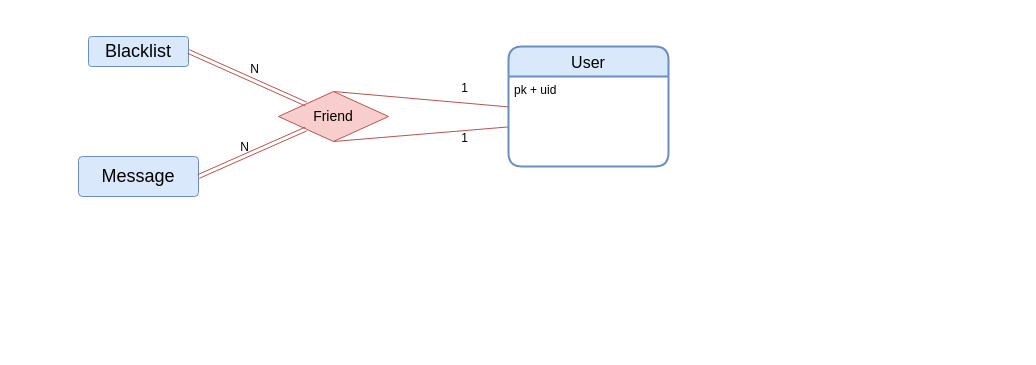
Nahemah1022/simple-social-media keeps this draw.io diagram as page "ER Model" (1 of 2) of ainimal.drawio. Above is the earlier version. Source tidied: cells renumbered, new cells numbered last; positions are measured from the earlier drawing's top-left corner, leaving out a move shared by most shapes. Both pictures are drawn from the tidied source at 100%, with x=0, y=0 at pixel (78, 36).
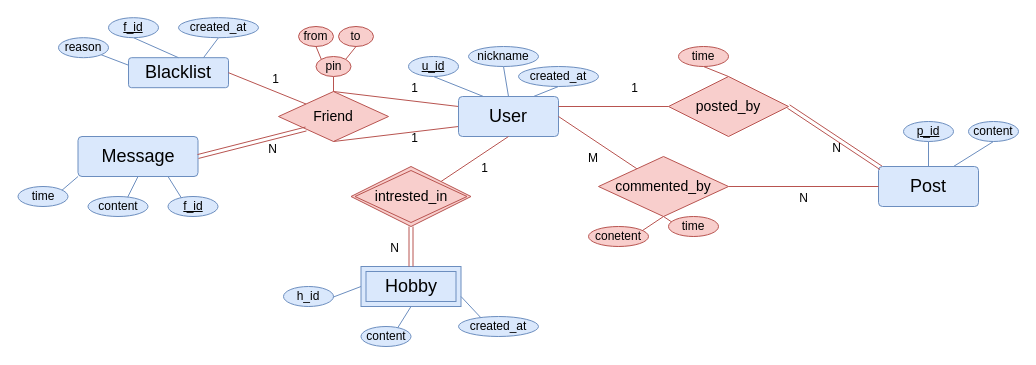
The same diagram, later.

The change refers to these unchanged cells:
```xml
<mxCell id="2" value="&lt;font style=&quot;font-size: 14px&quot;&gt;Friend&lt;/font&gt;" style="shape=rhombus;perimeter=rhombusPerimeter;whiteSpace=wrap;html=1;align=center;fillColor=#f8cecc;strokeColor=#b85450;" parent="1" vertex="1">
  <mxGeometry x="200" y="55" width="110" height="50" as="geometry" />
</mxCell>
<mxCell id="8" style="shape=link;html=1;rounded=0;exitX=1;exitY=0.5;exitDx=0;exitDy=0;entryX=0;entryY=1;entryDx=0;entryDy=0;fillColor=#f8cecc;strokeColor=#b85450;" parent="1" edge="1" source="7" target="2">
  <mxGeometry relative="1" as="geometry" />
</mxCell>
```

Change to the diagram source:
```diff
@@
-    <mxCell id="3" style="endArrow=none;html=1;rounded=0;entryX=0.001;entryY=0.338;entryDx=0;entryDy=0;exitX=0.5;exitY=0;exitDx=0;exitDy=0;fillColor=#f8cecc;strokeColor=#b85450;entryPerimeter=0;" parent="1" edge="1" source="2" target="14">
+    <mxCell id="3" style="endArrow=none;html=1;rounded=0;entryX=0;entryY=0.25;entryDx=0;entryDy=0;exitX=0.5;exitY=0;exitDx=0;exitDy=0;fillColor=#f8cecc;strokeColor=#b85450;" parent="1" edge="1" source="2" target="13">
       <mxGeometry relative="1" as="geometry" />
     </mxCell>
@@
-    <mxCell id="5" style="endArrow=none;html=1;rounded=0;entryX=0.001;entryY=0.56;entryDx=0;entryDy=0;exitX=0.5;exitY=1;exitDx=0;exitDy=0;fillColor=#f8cecc;strokeColor=#b85450;entryPerimeter=0;" parent="1" edge="1" source="2" target="14">
+    <mxCell id="5" style="endArrow=none;html=1;rounded=0;entryX=0;entryY=0.75;entryDx=0;entryDy=0;exitX=0.5;exitY=1;exitDx=0;exitDy=0;fillColor=#f8cecc;strokeColor=#b85450;" parent="1" edge="1" source="2" target="13">
       <mxGeometry relative="1" as="geometry" />
     </mxCell>
@@
     <mxCell id="7" value="&lt;font style=&quot;font-size: 18px&quot;&gt;Message&lt;/font&gt;" style="rounded=1;arcSize=10;whiteSpace=wrap;html=1;align=center;fillColor=#dae8fc;strokeColor=#6c8ebf;" parent="1" vertex="1">
-      <mxGeometry y="120" width="120" height="40" as="geometry" />
+      <mxGeometry x="-0.5" y="100" width="120" height="40" as="geometry" />
     </mxCell>
@@
     <mxCell id="9" value="N" style="html=1;align=right;verticalAlign=bottom;" parent="8" vertex="1">
       <mxGeometry x="1" relative="1" as="geometry">
-        <mxPoint x="-57" y="27" as="offset" />
+        <mxPoint x="-28" y="28" as="offset" />
       </mxGeometry>
     </mxCell>
     <mxCell id="10" value="&lt;font style=&quot;font-size: 18px&quot;&gt;Blacklist&lt;/font&gt;" style="rounded=1;arcSize=10;whiteSpace=wrap;html=1;align=center;fillColor=#dae8fc;strokeColor=#6c8ebf;" parent="1" vertex="1">
-      <mxGeometry x="10" width="100" height="30" as="geometry" />
+      <mxGeometry x="50" y="21.2" width="100" height="30" as="geometry" />
     </mxCell>
-    <mxCell id="11" style="shape=link;html=1;rounded=0;exitX=1;exitY=0.5;exitDx=0;exitDy=0;entryX=0;entryY=0;entryDx=0;entryDy=0;fillColor=#f8cecc;strokeColor=#b85450;" parent="1" edge="1" source="10" target="2">
+    <mxCell id="11" style="endArrow=none;html=1;rounded=0;entryX=0;entryY=0;entryDx=0;entryDy=0;exitX=1;exitY=0.5;exitDx=0;exitDy=0;fillColor=#f8cecc;strokeColor=#b85450;" parent="1" edge="1" source="10" target="2">
       <mxGeometry relative="1" as="geometry" />
     </mxCell>
-    <mxCell id="12" value="N" style="html=1;align=right;verticalAlign=bottom;" parent="11" vertex="1">
-      <mxGeometry x="1" relative="1" as="geometry">
-        <mxPoint x="-47" y="-27" as="offset" />
-      </mxGeometry>
-    </mxCell>
+    <mxCell id="15" value="1" style="html=1;align=right;verticalAlign=bottom;" parent="11" vertex="1">
+      <mxGeometry x="1" relative="1" as="geometry">
+        <mxPoint x="-27" y="-17" as="offset" />
+      </mxGeometry>
+    </mxCell>
-    <mxCell id="13" value="User" style="swimlane;horizontal=1;startSize=30;rounded=1;fontSize=16;fontStyle=0;strokeWidth=2;shadow=0;dashed=0;align=center;fillColor=#dae8fc;strokeColor=#6c8ebf;" parent="1" vertex="1">
-      <mxGeometry x="430" y="10" width="160" height="120" as="geometry" />
+    <mxCell id="13" value="&lt;font style=&quot;font-size: 18px&quot;&gt;User&lt;/font&gt;" style="rounded=1;arcSize=10;whiteSpace=wrap;html=1;align=center;fillColor=#dae8fc;strokeColor=#6c8ebf;" parent="1" vertex="1">
+      <mxGeometry x="380" y="60" width="100" height="40" as="geometry" />
     </mxCell>
-    <mxCell id="14" value="pk + uid" style="align=left;strokeColor=none;fillColor=none;spacingLeft=4;fontSize=12;verticalAlign=top;" parent="13" vertex="1">
-      <mxGeometry y="30" width="160" height="90" as="geometry" />
-    </mxCell>
+    <mxCell id="16" style="endArrow=none;html=1;rounded=0;entryX=0.25;entryY=0;entryDx=0;entryDy=0;fillColor=#dae8fc;strokeColor=#6c8ebf;exitX=0.5;exitY=1;exitDx=0;exitDy=0;" parent="1" edge="1" source="17" target="13">
+      <mxGeometry relative="1" as="geometry" />
+    </mxCell>
+    <mxCell id="17" value="&lt;u&gt;u_id&lt;/u&gt;" style="ellipse;whiteSpace=wrap;html=1;fillColor=#dae8fc;strokeColor=#6c8ebf;" parent="1" vertex="1">
+      <mxGeometry x="330" y="20" width="50" height="20" as="geometry" />
+    </mxCell>
+    <mxCell id="18" style="endArrow=none;html=1;rounded=0;entryX=0.5;entryY=0;entryDx=0;entryDy=0;fillColor=#dae8fc;strokeColor=#6c8ebf;exitX=0.5;exitY=1;exitDx=0;exitDy=0;" parent="1" edge="1" source="19" target="13">
+      <mxGeometry relative="1" as="geometry" />
+    </mxCell>
+    <mxCell id="19" value="nickname" style="ellipse;whiteSpace=wrap;html=1;fillColor=#dae8fc;strokeColor=#6c8ebf;" parent="1" vertex="1">
+      <mxGeometry x="390" y="10" width="70" height="20" as="geometry" />
+    </mxCell>
+    <mxCell id="20" style="endArrow=none;html=1;rounded=0;entryX=0.75;entryY=0;entryDx=0;entryDy=0;fillColor=#dae8fc;strokeColor=#6c8ebf;exitX=0.5;exitY=1;exitDx=0;exitDy=0;" parent="1" edge="1" source="21" target="13">
+      <mxGeometry relative="1" as="geometry" />
+    </mxCell>
+    <mxCell id="21" value="created_at" style="ellipse;whiteSpace=wrap;html=1;fillColor=#dae8fc;strokeColor=#6c8ebf;" parent="1" vertex="1">
+      <mxGeometry x="440" y="30" width="80" height="20" as="geometry" />
+    </mxCell>
+    <mxCell id="22" style="endArrow=none;html=1;rounded=0;entryX=0.5;entryY=0;entryDx=0;entryDy=0;fillColor=#f8cecc;strokeColor=#b85450;exitX=0.5;exitY=1;exitDx=0;exitDy=0;" parent="1" edge="1" source="23" target="2">
+      <mxGeometry relative="1" as="geometry" />
+    </mxCell>
+    <mxCell id="23" value="pin" style="ellipse;whiteSpace=wrap;html=1;fillColor=#f8cecc;strokeColor=#b85450;" parent="1" vertex="1">
+      <mxGeometry x="237.5" y="20" width="35" height="20" as="geometry" />
+    </mxCell>
+    <mxCell id="24" style="endArrow=none;html=1;rounded=0;entryX=0;entryY=0;entryDx=0;entryDy=0;fillColor=#f8cecc;strokeColor=#b85450;exitX=0.5;exitY=1;exitDx=0;exitDy=0;" parent="1" edge="1" source="25" target="23">
+      <mxGeometry relative="1" as="geometry" />
+    </mxCell>
+    <mxCell id="25" value="from" style="ellipse;whiteSpace=wrap;html=1;fillColor=#f8cecc;strokeColor=#b85450;" parent="1" vertex="1">
+      <mxGeometry x="220" y="-10" width="35" height="20" as="geometry" />
+    </mxCell>
+    <mxCell id="26" style="endArrow=none;html=1;rounded=0;entryX=1;entryY=0;entryDx=0;entryDy=0;fillColor=#f8cecc;strokeColor=#b85450;exitX=0.5;exitY=1;exitDx=0;exitDy=0;" parent="1" edge="1" source="27" target="23">
+      <mxGeometry relative="1" as="geometry" />
+    </mxCell>
+    <mxCell id="27" value="to" style="ellipse;whiteSpace=wrap;html=1;fillColor=#f8cecc;strokeColor=#b85450;" parent="1" vertex="1">
+      <mxGeometry x="260" y="-10" width="35" height="20" as="geometry" />
+    </mxCell>
+    <mxCell id="28" style="endArrow=none;html=1;rounded=0;entryX=0.75;entryY=0;entryDx=0;entryDy=0;fillColor=#dae8fc;strokeColor=#6c8ebf;exitX=0.5;exitY=1;exitDx=0;exitDy=0;" parent="1" edge="1" source="29" target="10">
+      <mxGeometry relative="1" as="geometry" />
+    </mxCell>
+    <mxCell id="29" value="created_at" style="ellipse;whiteSpace=wrap;html=1;fillColor=#dae8fc;strokeColor=#6c8ebf;" parent="1" vertex="1">
+      <mxGeometry x="100" y="-18.8" width="80" height="20" as="geometry" />
+    </mxCell>
+    <mxCell id="30" style="endArrow=none;html=1;rounded=0;entryX=0.5;entryY=0;entryDx=0;entryDy=0;fillColor=#dae8fc;strokeColor=#6c8ebf;exitX=0.5;exitY=1;exitDx=0;exitDy=0;" parent="1" edge="1" source="31" target="10">
+      <mxGeometry relative="1" as="geometry" />
+    </mxCell>
+    <mxCell id="31" value="&lt;u&gt;f_id&lt;/u&gt;" style="ellipse;whiteSpace=wrap;html=1;fillColor=#dae8fc;strokeColor=#6c8ebf;" parent="1" vertex="1">
+      <mxGeometry x="30" y="-18.8" width="50" height="20" as="geometry" />
+    </mxCell>
+    <mxCell id="32" style="endArrow=none;html=1;rounded=0;entryX=0;entryY=0.25;entryDx=0;entryDy=0;fillColor=#dae8fc;strokeColor=#6c8ebf;exitX=1;exitY=1;exitDx=0;exitDy=0;" parent="1" edge="1" source="33" target="10">
+      <mxGeometry relative="1" as="geometry" />
+    </mxCell>
+    <mxCell id="33" value="reason" style="ellipse;whiteSpace=wrap;html=1;fillColor=#dae8fc;strokeColor=#6c8ebf;" parent="1" vertex="1">
+      <mxGeometry x="-20" y="1.2" width="50" height="20" as="geometry" />
+    </mxCell>
+    <mxCell id="34" style="endArrow=none;html=1;rounded=0;entryX=0.75;entryY=1;entryDx=0;entryDy=0;fillColor=#dae8fc;strokeColor=#6c8ebf;exitX=0.5;exitY=1;exitDx=0;exitDy=0;" parent="1" edge="1" source="35" target="7">
+      <mxGeometry relative="1" as="geometry" />
+    </mxCell>
+    <mxCell id="35" value="&lt;u&gt;f_id&lt;/u&gt;" style="ellipse;whiteSpace=wrap;html=1;fillColor=#dae8fc;strokeColor=#6c8ebf;" parent="1" vertex="1">
+      <mxGeometry x="89.5" y="160" width="50" height="20" as="geometry" />
+    </mxCell>
+    <mxCell id="36" style="endArrow=none;html=1;rounded=0;entryX=0.5;entryY=1;entryDx=0;entryDy=0;fillColor=#dae8fc;strokeColor=#6c8ebf;exitX=0.5;exitY=1;exitDx=0;exitDy=0;" parent="1" edge="1" source="37" target="7">
+      <mxGeometry relative="1" as="geometry" />
+    </mxCell>
+    <mxCell id="37" value="content" style="ellipse;whiteSpace=wrap;html=1;fillColor=#dae8fc;strokeColor=#6c8ebf;" parent="1" vertex="1">
+      <mxGeometry x="9.5" y="160" width="60" height="20" as="geometry" />
+    </mxCell>
+    <mxCell id="38" style="endArrow=none;html=1;rounded=0;entryX=0;entryY=1;entryDx=0;entryDy=0;fillColor=#dae8fc;strokeColor=#6c8ebf;exitX=0.5;exitY=1;exitDx=0;exitDy=0;" parent="1" edge="1" source="39" target="7">
+      <mxGeometry relative="1" as="geometry" />
+    </mxCell>
+    <mxCell id="39" value="time" style="ellipse;whiteSpace=wrap;html=1;fillColor=#dae8fc;strokeColor=#6c8ebf;" parent="1" vertex="1">
+      <mxGeometry x="-60.5" y="150" width="50" height="20" as="geometry" />
+    </mxCell>
+    <mxCell id="40" value="&lt;font style=&quot;font-size: 14px&quot;&gt;posted_by&lt;/font&gt;" style="shape=rhombus;perimeter=rhombusPerimeter;whiteSpace=wrap;html=1;align=center;fillColor=#f8cecc;strokeColor=#b85450;" parent="1" vertex="1">
+      <mxGeometry x="590" y="40" width="120" height="60" as="geometry" />
+    </mxCell>
+    <mxCell id="41" style="endArrow=none;html=1;rounded=0;entryX=0;entryY=0.5;entryDx=0;entryDy=0;exitX=1;exitY=0.25;exitDx=0;exitDy=0;fillColor=#f8cecc;strokeColor=#b85450;" parent="1" edge="1" source="13" target="40">
+      <mxGeometry relative="1" as="geometry" />
+    </mxCell>
+    <mxCell id="42" value="1" style="html=1;align=right;verticalAlign=bottom;" parent="41" vertex="1">
+      <mxGeometry x="1" relative="1" as="geometry">
+        <mxPoint x="-30" y="-10" as="offset" />
+      </mxGeometry>
+    </mxCell>
+    <mxCell id="43" value="&lt;font style=&quot;font-size: 18px&quot;&gt;Post&lt;/font&gt;" style="rounded=1;arcSize=10;whiteSpace=wrap;html=1;align=center;fillColor=#dae8fc;strokeColor=#6c8ebf;" parent="1" vertex="1">
+      <mxGeometry x="800" y="130" width="100" height="40" as="geometry" />
+    </mxCell>
+    <mxCell id="44" style="shape=link;html=1;rounded=0;exitX=1;exitY=0.5;exitDx=0;exitDy=0;entryX=0.025;entryY=0.033;entryDx=0;entryDy=0;fillColor=#f8cecc;strokeColor=#b85450;entryPerimeter=0;" parent="1" edge="1" source="40" target="43">
+      <mxGeometry relative="1" as="geometry" />
+    </mxCell>
+    <mxCell id="45" value="N" style="html=1;align=right;verticalAlign=bottom;" parent="44" vertex="1">
+      <mxGeometry x="1" relative="1" as="geometry">
+        <mxPoint x="-40" y="-11" as="offset" />
+      </mxGeometry>
+    </mxCell>
+    <mxCell id="46" style="endArrow=none;html=1;rounded=0;entryX=0.5;entryY=0;entryDx=0;entryDy=0;fillColor=#f8cecc;strokeColor=#b85450;exitX=0.5;exitY=1;exitDx=0;exitDy=0;" parent="1" edge="1" source="47" target="40">
+      <mxGeometry relative="1" as="geometry" />
+    </mxCell>
+    <mxCell id="47" value="time" style="ellipse;whiteSpace=wrap;html=1;fillColor=#f8cecc;strokeColor=#b85450;" parent="1" vertex="1">
+      <mxGeometry x="600" y="10" width="50" height="20" as="geometry" />
+    </mxCell>
+    <mxCell id="48" value="&lt;span style=&quot;font-size: 14px&quot;&gt;commented_by&lt;/span&gt;" style="shape=rhombus;perimeter=rhombusPerimeter;whiteSpace=wrap;html=1;align=center;fillColor=#f8cecc;strokeColor=#b85450;" parent="1" vertex="1">
+      <mxGeometry x="520" y="120" width="130" height="60" as="geometry" />
+    </mxCell>
+    <mxCell id="49" style="endArrow=none;html=1;rounded=0;exitX=1;exitY=0.5;exitDx=0;exitDy=0;fillColor=#f8cecc;strokeColor=#b85450;" parent="1" edge="1" source="13" target="48">
+      <mxGeometry relative="1" as="geometry" />
+    </mxCell>
+    <mxCell id="50" value="M" style="html=1;align=right;verticalAlign=bottom;" parent="49" vertex="1">
+      <mxGeometry x="1" relative="1" as="geometry">
+        <mxPoint x="-38" y="-2" as="offset" />
+      </mxGeometry>
+    </mxCell>
+    <mxCell id="51" style="endArrow=none;html=1;rounded=0;entryX=0;entryY=0.5;entryDx=0;entryDy=0;exitX=1;exitY=0.5;exitDx=0;exitDy=0;fillColor=#f8cecc;strokeColor=#b85450;" parent="1" edge="1" source="48" target="43">
+      <mxGeometry relative="1" as="geometry" />
+    </mxCell>
+    <mxCell id="52" value="N" style="html=1;align=right;verticalAlign=bottom;" parent="51" vertex="1">
+      <mxGeometry x="1" relative="1" as="geometry">
+        <mxPoint x="-70" y="20" as="offset" />
+      </mxGeometry>
+    </mxCell>
+    <mxCell id="53" style="endArrow=none;html=1;rounded=0;entryX=0.5;entryY=1;entryDx=0;entryDy=0;fillColor=#f8cecc;strokeColor=#b85450;exitX=0.5;exitY=1;exitDx=0;exitDy=0;" parent="1" edge="1" source="54" target="48">
+      <mxGeometry relative="1" as="geometry" />
+    </mxCell>
+    <mxCell id="54" value="conetent" style="ellipse;whiteSpace=wrap;html=1;fillColor=#f8cecc;strokeColor=#b85450;" parent="1" vertex="1">
+      <mxGeometry x="510" y="190" width="60" height="20" as="geometry" />
+    </mxCell>
+    <mxCell id="55" style="endArrow=none;html=1;rounded=0;entryX=0.5;entryY=1;entryDx=0;entryDy=0;fillColor=#f8cecc;strokeColor=#b85450;exitX=0.5;exitY=1;exitDx=0;exitDy=0;" parent="1" edge="1" source="56" target="48">
+      <mxGeometry relative="1" as="geometry" />
+    </mxCell>
+    <mxCell id="56" value="time" style="ellipse;whiteSpace=wrap;html=1;fillColor=#f8cecc;strokeColor=#b85450;" parent="1" vertex="1">
+      <mxGeometry x="590" y="180" width="50" height="20" as="geometry" />
+    </mxCell>
+    <mxCell id="57" style="endArrow=none;html=1;rounded=0;entryX=0.5;entryY=0;entryDx=0;entryDy=0;fillColor=#dae8fc;strokeColor=#6c8ebf;exitX=0.5;exitY=1;exitDx=0;exitDy=0;" parent="1" edge="1" source="58" target="43">
+      <mxGeometry relative="1" as="geometry" />
+    </mxCell>
+    <mxCell id="58" value="&lt;u&gt;p_id&lt;/u&gt;" style="ellipse;whiteSpace=wrap;html=1;fillColor=#dae8fc;strokeColor=#6c8ebf;" parent="1" vertex="1">
+      <mxGeometry x="825" y="85" width="50" height="20" as="geometry" />
+    </mxCell>
+    <mxCell id="59" style="endArrow=none;html=1;rounded=0;entryX=0.75;entryY=0;entryDx=0;entryDy=0;fillColor=#dae8fc;strokeColor=#6c8ebf;exitX=0.5;exitY=1;exitDx=0;exitDy=0;" parent="1" edge="1" source="60" target="43">
+      <mxGeometry relative="1" as="geometry" />
+    </mxCell>
+    <mxCell id="60" value="content" style="ellipse;whiteSpace=wrap;html=1;fillColor=#dae8fc;strokeColor=#6c8ebf;" parent="1" vertex="1">
+      <mxGeometry x="890" y="85" width="50" height="20" as="geometry" />
+    </mxCell>
+    <mxCell id="61" style="endArrow=none;html=1;rounded=0;entryX=0.5;entryY=1;entryDx=0;entryDy=0;exitX=1;exitY=0;exitDx=0;exitDy=0;fillColor=#f8cecc;strokeColor=#b85450;" parent="1" edge="1" source="64" target="13">
+      <mxGeometry relative="1" as="geometry" />
+    </mxCell>
+    <mxCell id="62" value="1" style="html=1;align=right;verticalAlign=bottom;" parent="61" vertex="1">
+      <mxGeometry x="1" relative="1" as="geometry">
+        <mxPoint x="-20" y="40" as="offset" />
+      </mxGeometry>
+    </mxCell>
+    <mxCell id="63" value="&lt;font style=&quot;font-size: 18px&quot;&gt;Hobby&lt;/font&gt;" style="shape=ext;margin=3;double=1;whiteSpace=wrap;html=1;align=center;fillColor=#dae8fc;strokeColor=#6c8ebf;" parent="1" vertex="1">
+      <mxGeometry x="282.5" y="230" width="100" height="40" as="geometry" />
+    </mxCell>
+    <mxCell id="64" value="&lt;font style=&quot;font-size: 14px&quot;&gt;intrested_in&lt;/font&gt;" style="shape=rhombus;double=1;perimeter=rhombusPerimeter;whiteSpace=wrap;html=1;align=center;fillColor=#f8cecc;strokeColor=#b85450;" parent="1" vertex="1">
+      <mxGeometry x="272.5" y="130" width="120" height="60" as="geometry" />
+    </mxCell>
+    <mxCell id="65" style="shape=link;html=1;rounded=0;exitX=0.5;exitY=0;exitDx=0;exitDy=0;entryX=0.5;entryY=1;entryDx=0;entryDy=0;fillColor=#f8cecc;strokeColor=#b85450;" parent="1" edge="1" source="63" target="64">
+      <mxGeometry relative="1" as="geometry" />
+    </mxCell>
+    <mxCell id="66" value="N" style="html=1;align=right;verticalAlign=bottom;" parent="65" vertex="1">
+      <mxGeometry x="1" relative="1" as="geometry">
+        <mxPoint x="-12" y="30" as="offset" />
+      </mxGeometry>
+    </mxCell>
+    <mxCell id="67" style="endArrow=none;html=1;rounded=0;entryX=0;entryY=0.5;entryDx=0;entryDy=0;fillColor=#dae8fc;strokeColor=#6c8ebf;exitX=0.5;exitY=1;exitDx=0;exitDy=0;" parent="1" edge="1" source="68" target="63">
+      <mxGeometry relative="1" as="geometry" />
+    </mxCell>
+    <mxCell id="68" value="h_id" style="ellipse;whiteSpace=wrap;html=1;fillColor=#dae8fc;strokeColor=#6c8ebf;" parent="1" vertex="1">
+      <mxGeometry x="205" y="250" width="50" height="20" as="geometry" />
+    </mxCell>
+    <mxCell id="69" style="endArrow=none;html=1;rounded=0;entryX=0.5;entryY=1;entryDx=0;entryDy=0;fillColor=#dae8fc;strokeColor=#6c8ebf;exitX=0.5;exitY=1;exitDx=0;exitDy=0;" parent="1" edge="1" source="70" target="63">
+      <mxGeometry relative="1" as="geometry" />
+    </mxCell>
+    <mxCell id="70" value="content" style="ellipse;whiteSpace=wrap;html=1;fillColor=#dae8fc;strokeColor=#6c8ebf;" parent="1" vertex="1">
+      <mxGeometry x="282.5" y="290" width="50" height="20" as="geometry" />
+    </mxCell>
+    <mxCell id="71" style="endArrow=none;html=1;rounded=0;entryX=1;entryY=0.75;entryDx=0;entryDy=0;fillColor=#dae8fc;strokeColor=#6c8ebf;exitX=0.5;exitY=1;exitDx=0;exitDy=0;" parent="1" edge="1" source="72" target="63">
+      <mxGeometry relative="1" as="geometry" />
+    </mxCell>
+    <mxCell id="72" value="created_at" style="ellipse;whiteSpace=wrap;html=1;fillColor=#dae8fc;strokeColor=#6c8ebf;" parent="1" vertex="1">
+      <mxGeometry x="380" y="280" width="80" height="20" as="geometry" />
+    </mxCell>
```
